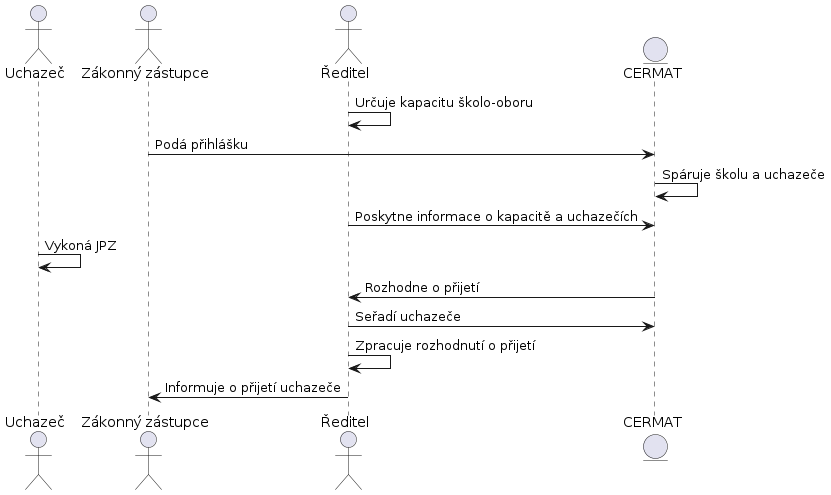
Before: img/seq-integrace-prijimaciho-rizeni.png, a diagram exported from PlantUML (DanielADK/tul-prj).
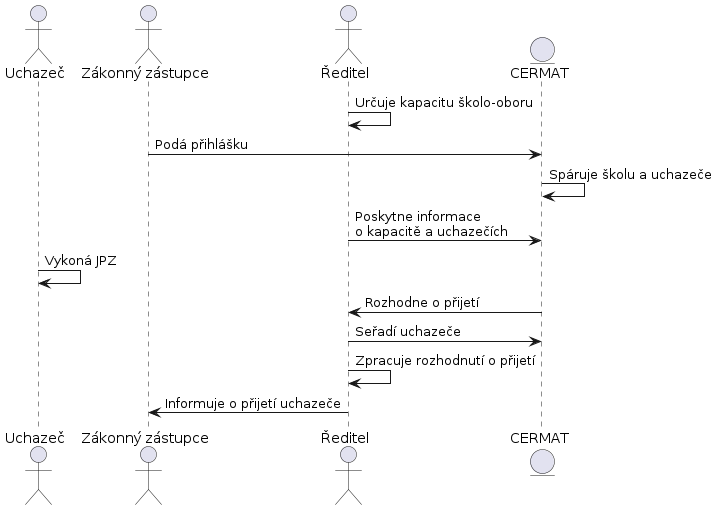
The same diagram one commit later.

Diff of the diagram source:
```diff
@@ -9,7 +9,7 @@
 Rodic -> CERMAT: Podá přihlášku
 
 CERMAT -> CERMAT: Spáruje školu a uchazeče
-Reditel -> CERMAT: Poskytne informace o kapacitě a uchazečích
+Reditel -> CERMAT: Poskytne informace\no kapacitě a uchazečích
 
 Zak -> Zak: Vykoná JPZ
 CERMAT -> Reditel: Rozhodne o přijetí
```
